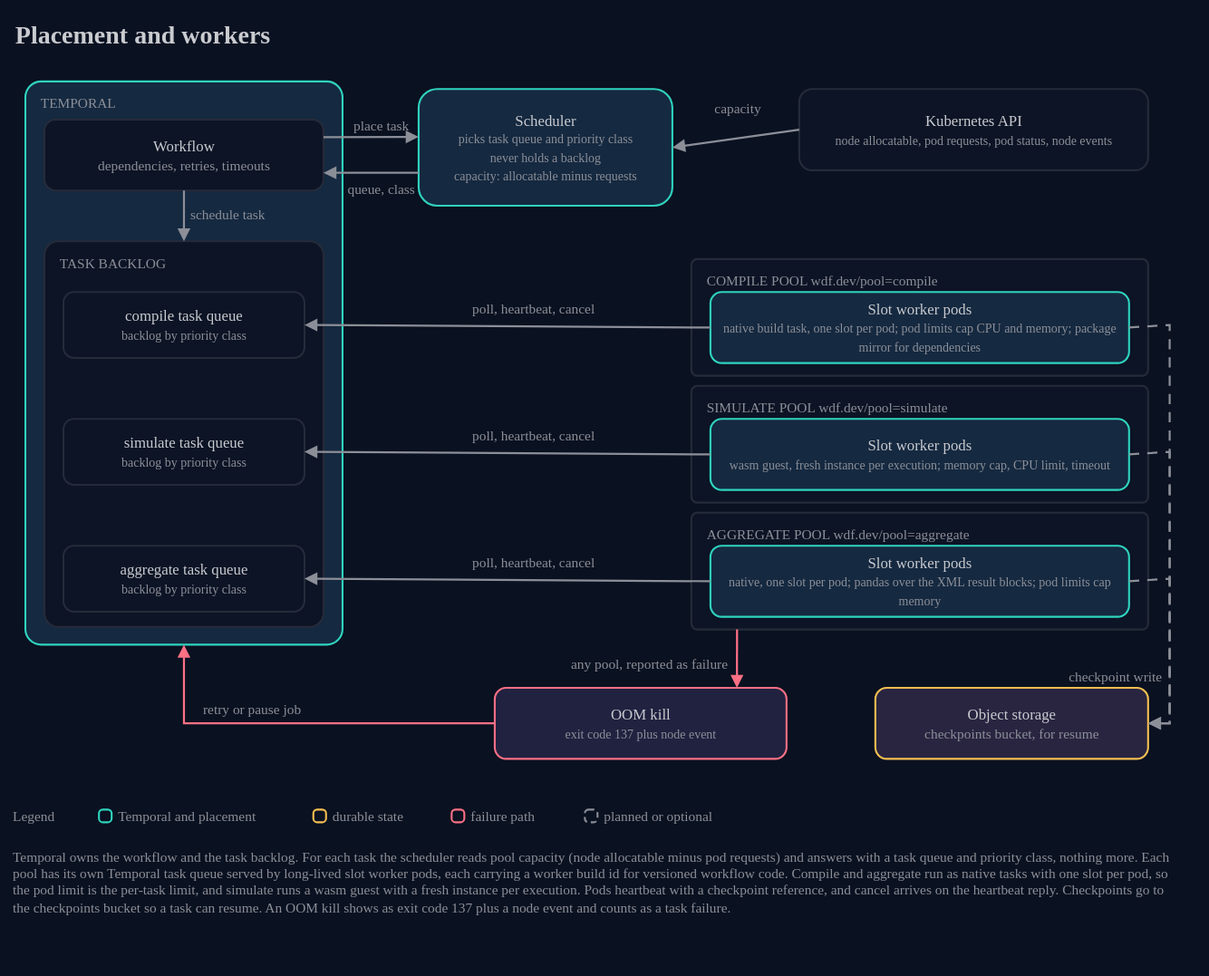
Above: docs/architecture/11-placement-and-workers.drawio.svg in AndoNorth/wasm-dag-forge (draw.io), before the change. Source tidied: cells renumbered, new cells last; positions are measured from the earlier drawing's top-left corner, leaving out a move shared by most shapes.
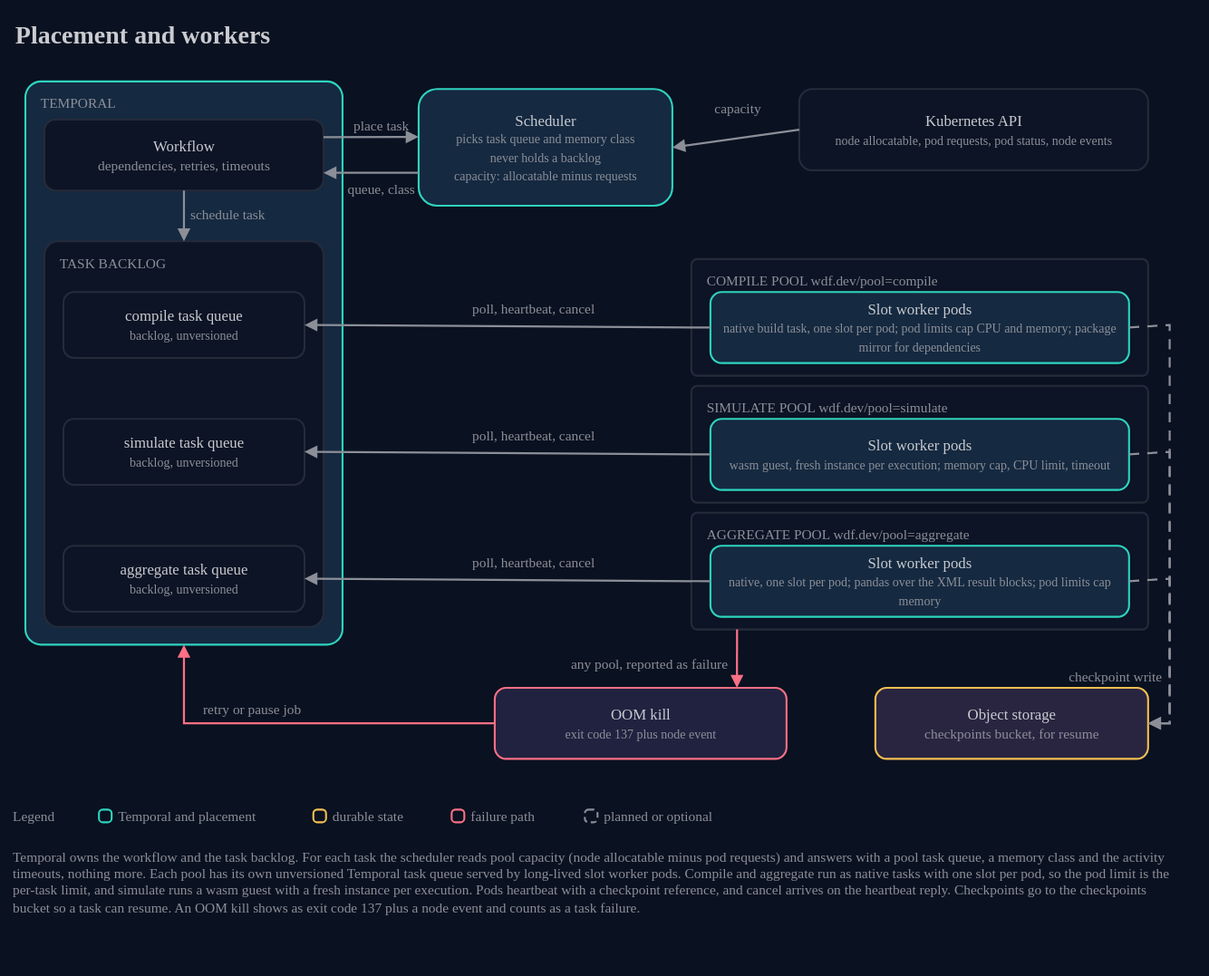
After the change.

What changed in the source:
```diff
@@ -20,16 +20,16 @@
     <mxCell id="7" value="TASK BACKLOG" style="text;html=1;strokeColor=none;fillColor=none;align=left;verticalAlign=middle;whiteSpace=nowrap;fontColor=#8c8f98;fontSize=11;fontFamily=IBM Plex Mono;spacing=0;" parent="1" vertex="1">
       <mxGeometry x="37" y="188" width="196" height="18" as="geometry" />
     </mxCell>
-    <mxCell id="8" value="compile task queue&lt;br&gt;&lt;font color=&quot;#8c8f98&quot; style=&quot;font-size:10px&quot;&gt;backlog by priority class&lt;/font&gt;" style="rounded=1;arcSize=16;html=1;whiteSpace=wrap;fillColor=#0c1425;strokeColor=#252b39;strokeWidth=1.5;fontColor=#c9cbd0;fontSize=12;fontFamily=IBM Plex Sans;" parent="1" vertex="1">
+    <mxCell id="8" value="compile task queue&lt;br&gt;&lt;font color=&quot;#8c8f98&quot; style=&quot;font-size:10px&quot;&gt;backlog, unversioned&lt;/font&gt;" style="rounded=1;arcSize=16;html=1;whiteSpace=wrap;fillColor=#0c1425;strokeColor=#252b39;strokeWidth=1.5;fontColor=#c9cbd0;fontSize=12;fontFamily=IBM Plex Sans;" parent="1" vertex="1">
       <mxGeometry x="40" y="220" width="190" height="52" as="geometry" />
     </mxCell>
-    <mxCell id="9" value="simulate task queue&lt;br&gt;&lt;font color=&quot;#8c8f98&quot; style=&quot;font-size:10px&quot;&gt;backlog by priority class&lt;/font&gt;" style="rounded=1;arcSize=16;html=1;whiteSpace=wrap;fillColor=#0c1425;strokeColor=#252b39;strokeWidth=1.5;fontColor=#c9cbd0;fontSize=12;fontFamily=IBM Plex Sans;" parent="1" vertex="1">
+    <mxCell id="9" value="simulate task queue&lt;br&gt;&lt;font color=&quot;#8c8f98&quot; style=&quot;font-size:10px&quot;&gt;backlog, unversioned&lt;/font&gt;" style="rounded=1;arcSize=16;html=1;whiteSpace=wrap;fillColor=#0c1425;strokeColor=#252b39;strokeWidth=1.5;fontColor=#c9cbd0;fontSize=12;fontFamily=IBM Plex Sans;" parent="1" vertex="1">
       <mxGeometry x="40" y="320" width="190" height="52" as="geometry" />
     </mxCell>
-    <mxCell id="10" value="aggregate task queue&lt;br&gt;&lt;font color=&quot;#8c8f98&quot; style=&quot;font-size:10px&quot;&gt;backlog by priority class&lt;/font&gt;" style="rounded=1;arcSize=16;html=1;whiteSpace=wrap;fillColor=#0c1425;strokeColor=#252b39;strokeWidth=1.5;fontColor=#c9cbd0;fontSize=12;fontFamily=IBM Plex Sans;" parent="1" vertex="1">
+    <mxCell id="10" value="aggregate task queue&lt;br&gt;&lt;font color=&quot;#8c8f98&quot; style=&quot;font-size:10px&quot;&gt;backlog, unversioned&lt;/font&gt;" style="rounded=1;arcSize=16;html=1;whiteSpace=wrap;fillColor=#0c1425;strokeColor=#252b39;strokeWidth=1.5;fontColor=#c9cbd0;fontSize=12;fontFamily=IBM Plex Sans;" parent="1" vertex="1">
       <mxGeometry x="40" y="420" width="190" height="52" as="geometry" />
     </mxCell>
-    <mxCell id="11" value="Scheduler&lt;br&gt;&lt;font color=&quot;#8c8f98&quot; style=&quot;font-size:10px&quot;&gt;picks task queue and priority class&lt;br&gt;never holds a backlog&lt;br&gt;capacity: allocatable minus requests&lt;/font&gt;" style="rounded=1;arcSize=16;html=1;whiteSpace=wrap;fillColor=#152940;strokeColor=#2fd4bf;strokeWidth=1.5;fontColor=#c9cbd0;fontSize=12;fontFamily=IBM Plex Sans;" parent="1" vertex="1">
+    <mxCell id="11" value="Scheduler&lt;br&gt;&lt;font color=&quot;#8c8f98&quot; style=&quot;font-size:10px&quot;&gt;picks task queue and memory class&lt;br&gt;never holds a backlog&lt;br&gt;capacity: allocatable minus requests&lt;/font&gt;" style="rounded=1;arcSize=16;html=1;whiteSpace=wrap;fillColor=#152940;strokeColor=#2fd4bf;strokeWidth=1.5;fontColor=#c9cbd0;fontSize=12;fontFamily=IBM Plex Sans;" parent="1" vertex="1">
       <mxGeometry x="320" y="60" width="200" height="92" as="geometry" />
     </mxCell>
     <mxCell id="12" value="Kubernetes API&lt;br&gt;&lt;font color=&quot;#8c8f98&quot; style=&quot;font-size:10px&quot;&gt;node allocatable, pod requests, pod status, node events&lt;/font&gt;" style="rounded=1;arcSize=16;html=1;whiteSpace=wrap;fillColor=#0c1425;strokeColor=#252b39;strokeWidth=1.5;fontColor=#c9cbd0;fontSize=12;fontFamily=IBM Plex Sans;" parent="1" vertex="1">
@@ -180,7 +180,7 @@
     <mxCell id="54" value="planned or optional" style="text;html=1;strokeColor=none;fillColor=none;align=left;verticalAlign=middle;whiteSpace=nowrap;fontColor=#8c8f98;fontSize=11;fontFamily=IBM Plex Sans;spacing=0;" parent="1" vertex="1">
       <mxGeometry x="466" y="624" width="116" height="18" as="geometry" />
     </mxCell>
-    <mxCell id="55" value="Temporal owns the workflow and the task backlog. For each task the scheduler reads pool capacity (node allocatable minus pod requests) and answers with a task queue and priority class, nothing more. Each pool has its own Temporal task queue served by long-lived slot worker pods, each carrying a worker build id for versioned workflow code. Compile and aggregate run as native tasks with one slot per pod, so the pod limit is the per-task limit, and simulate runs a wasm guest with a fresh instance per execution. Pods heartbeat with a checkpoint reference, and cancel arrives on the heartbeat reply. Checkpoints go to the checkpoints bucket so a task can resume. An OOM kill shows as exit code 137 plus a node event and counts as a task failure." style="text;html=1;strokeColor=none;fillColor=none;align=left;verticalAlign=top;whiteSpace=wrap;fontColor=#8c8f98;fontSize=11;fontFamily=IBM Plex Sans;spacing=0;" parent="1" vertex="1">
+    <mxCell id="55" value="Temporal owns the workflow and the task backlog. For each task the scheduler reads pool capacity (node allocatable minus pod requests) and answers with a pool task queue, a memory class and the activity timeouts, nothing more. Each pool has its own unversioned Temporal task queue served by long-lived slot worker pods. Compile and aggregate run as native tasks with one slot per pod, so the pod limit is the per-task limit, and simulate runs a wasm guest with a fresh instance per execution. Pods heartbeat with a checkpoint reference, and cancel arrives on the heartbeat reply. Checkpoints go to the checkpoints bucket so a task can resume. An OOM kill shows as exit code 137 plus a node event and counts as a task failure." style="text;html=1;strokeColor=none;fillColor=none;align=left;verticalAlign=top;whiteSpace=wrap;fontColor=#8c8f98;fontSize=11;fontFamily=IBM Plex Sans;spacing=0;" parent="1" vertex="1">
       <mxGeometry y="654" width="920" height="84" as="geometry" />
     </mxCell>
   </root>
```
